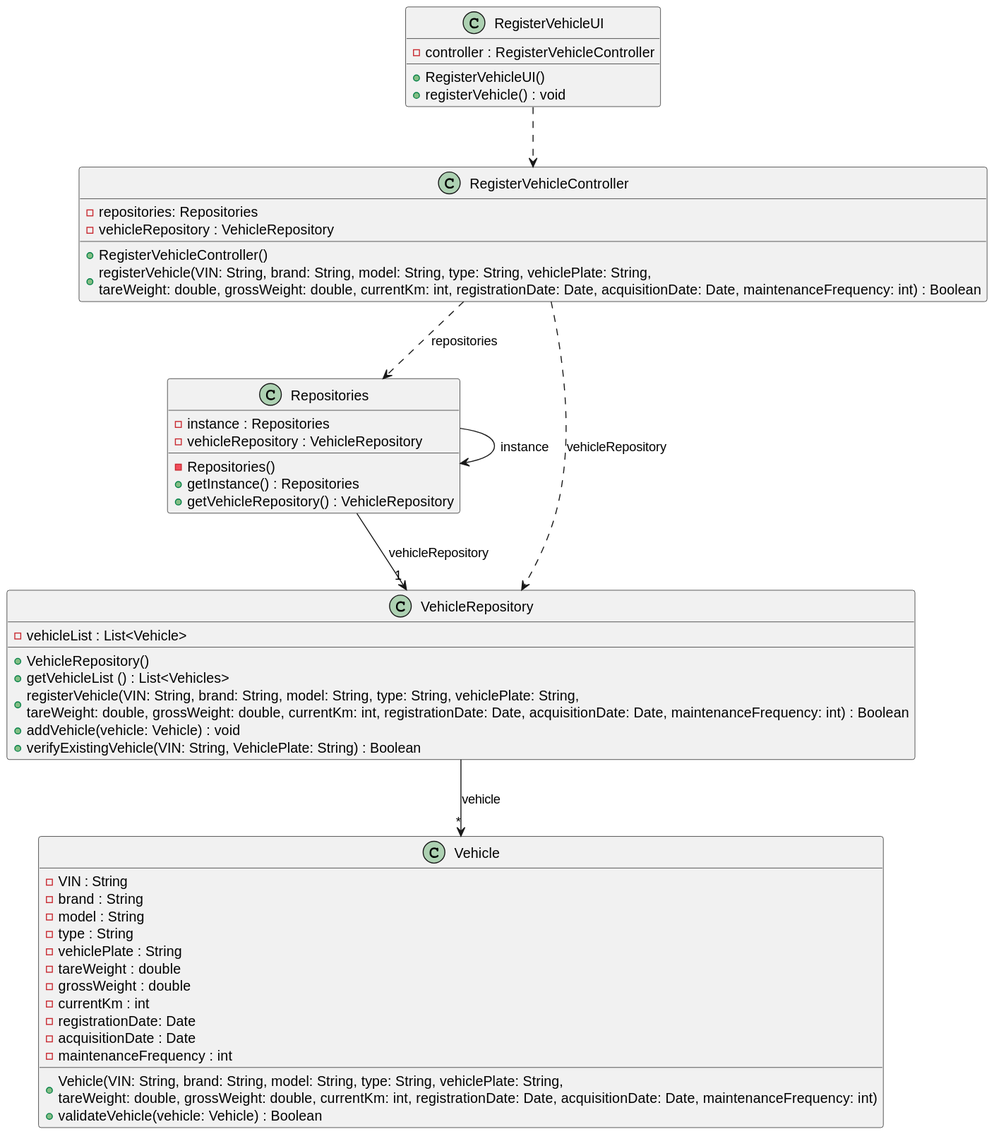
This is docs/sprintC/us006/03.design/svg/us006-class-diagram.svg from ricardomm7/leaflink, a PlantUML export, as it was before one commit. Its diagram source:
```plantuml
@startuml
skinparam shadowing false
skinparam line type polyline


    class RegisterVehicleUI {
        - controller : RegisterVehicleController
        + RegisterVehicleUI()
        + registerVehicle() : void
    }

    class RegisterVehicleController {
        - repositories: Repositories
        - vehicleRepository : VehicleRepository

        + RegisterVehicleController()
        + registerVehicle(VIN: String, brand: String, model: String, type: String, vehiclePlate: String, \ntareWeight: double, grossWeight: double, currentKm: int, registrationDate: Date, acquisitionDate: Date, maintenanceFrequency: int) : Boolean
    }

    class Repositories {
        - instance : Repositories
        - vehicleRepository : VehicleRepository
        - Repositories()
        + getInstance() : Repositories
        + getVehicleRepository() : VehicleRepository
    }

    class VehicleRepository {
        - vehicleList : List<Vehicle>

        + VehicleRepository()
        + getVehicleList () : List<Vehicles>
        + registerVehicle(VIN: String, brand: String, model: String, type: String, vehiclePlate: String, \ntareWeight: double, grossWeight: double, currentKm: int, registrationDate: Date, acquisitionDate: Date, maintenanceFrequency: int) : Boolean
        + addVehicle(vehicle: Vehicle) : void
        + verifyExistingVehicle(VIN: String, VehiclePlate: String) : Boolean
    }

    class Vehicle {
        - VIN : String
        - brand : String
        - model : String
        - type : String
        - vehiclePlate : String
        - tareWeight : double
        - grossWeight : double
        - currentKm : int
        - registrationDate: Date
        - acquisitionDate : Date
        - maintenanceFrequency : int

        + Vehicle(VIN: String, brand: String, model: String, type: String, vehiclePlate: String, \ntareWeight: double, grossWeight: double, currentKm: int, registrationDate: Date, acquisitionDate: Date, maintenanceFrequency: int)
        + validateVehicle(vehicle: Vehicle) : Boolean
    }

RegisterVehicleUI ..> RegisterVehicleController
RegisterVehicleController ..> Repositories: repositories
Repositories --> Repositories: instance
RegisterVehicleController ..> VehicleRepository: vehicleRepository
Repositories --> "1"VehicleRepository: vehicleRepository
VehicleRepository -->"*" Vehicle: vehicle
@enduml
```
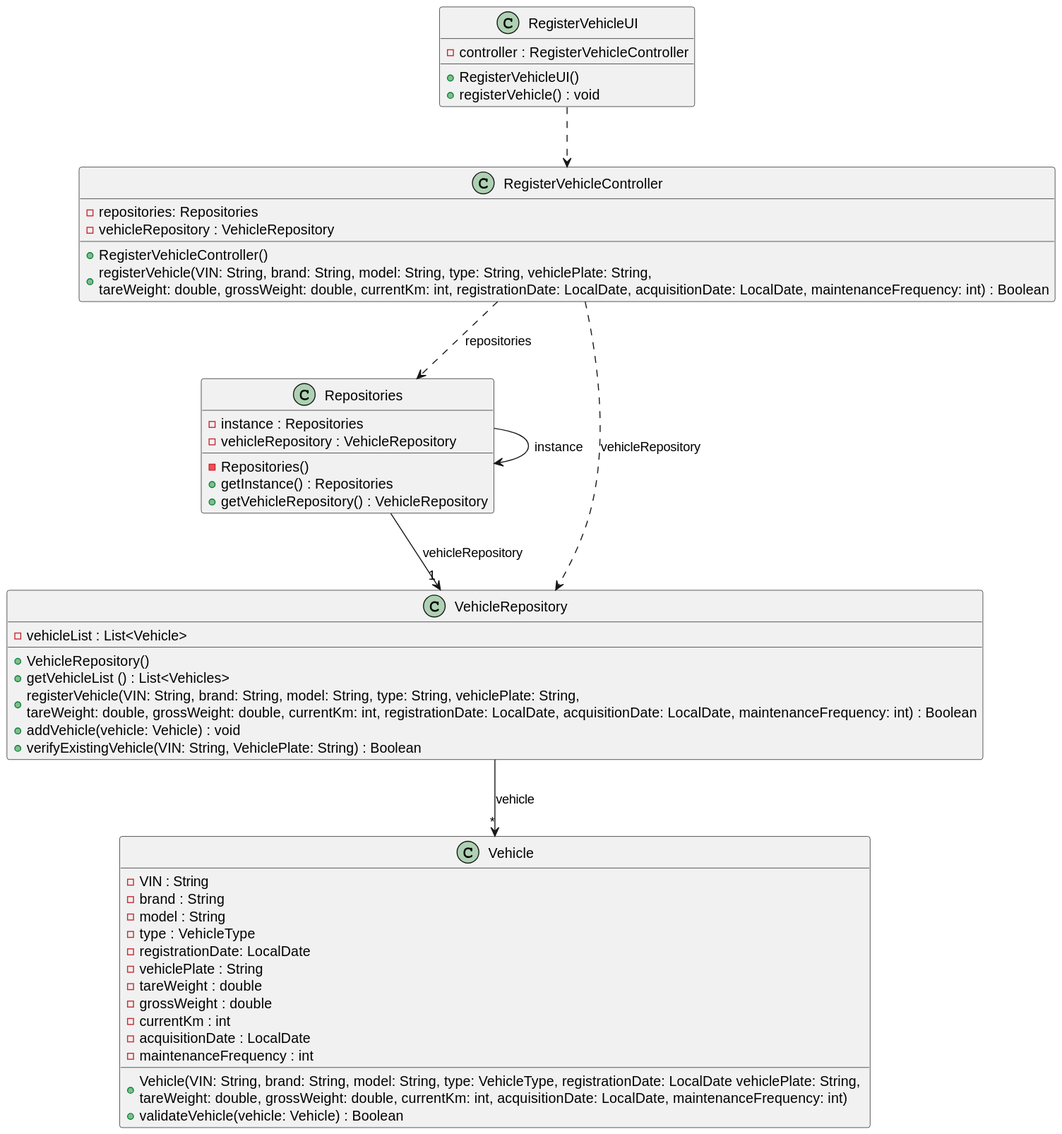
Above is the later version.

What changed in the source:
```diff
@@ -14,7 +14,7 @@
         - vehicleRepository : VehicleRepository
 
         + RegisterVehicleController()
-        + registerVehicle(VIN: String, brand: String, model: String, type: String, vehiclePlate: String, \ntareWeight: double, grossWeight: double, currentKm: int, registrationDate: Date, acquisitionDate: Date, maintenanceFrequency: int) : Boolean
+        + registerVehicle(VIN: String, brand: String, model: String, type: String, vehiclePlate: String, \ntareWeight: double, grossWeight: double, currentKm: int, registrationDate: LocalDate, acquisitionDate: LocalDate, maintenanceFrequency: int) : Boolean
     }
 
     class Repositories {
@@ -30,7 +30,7 @@
 
         + VehicleRepository()
         + getVehicleList () : List<Vehicles>
-        + registerVehicle(VIN: String, brand: String, model: String, type: String, vehiclePlate: String, \ntareWeight: double, grossWeight: double, currentKm: int, registrationDate: Date, acquisitionDate: Date, maintenanceFrequency: int) : Boolean
+        + registerVehicle(VIN: String, brand: String, model: String, type: String, vehiclePlate: String, \ntareWeight: double, grossWeight: double, currentKm: int, registrationDate: LocalDate, acquisitionDate: LocalDate, maintenanceFrequency: int) : Boolean
         + addVehicle(vehicle: Vehicle) : void
         + verifyExistingVehicle(VIN: String, VehiclePlate: String) : Boolean
     }
@@ -39,16 +39,16 @@
         - VIN : String
         - brand : String
         - model : String
-        - type : String
+        - type : VehicleType
+        - registrationDate: LocalDate
         - vehiclePlate : String
         - tareWeight : double
         - grossWeight : double
         - currentKm : int
-        - registrationDate: Date
-        - acquisitionDate : Date
+        - acquisitionDate : LocalDate
         - maintenanceFrequency : int
 
-        + Vehicle(VIN: String, brand: String, model: String, type: String, vehiclePlate: String, \ntareWeight: double, grossWeight: double, currentKm: int, registrationDate: Date, acquisitionDate: Date, maintenanceFrequency: int)
+        + Vehicle(VIN: String, brand: String, model: String, type: VehicleType, registrationDate: LocalDate vehiclePlate: String, \ntareWeight: double, grossWeight: double, currentKm: int, acquisitionDate: LocalDate, maintenanceFrequency: int)
         + validateVehicle(vehicle: Vehicle) : Boolean
     }
 
```
